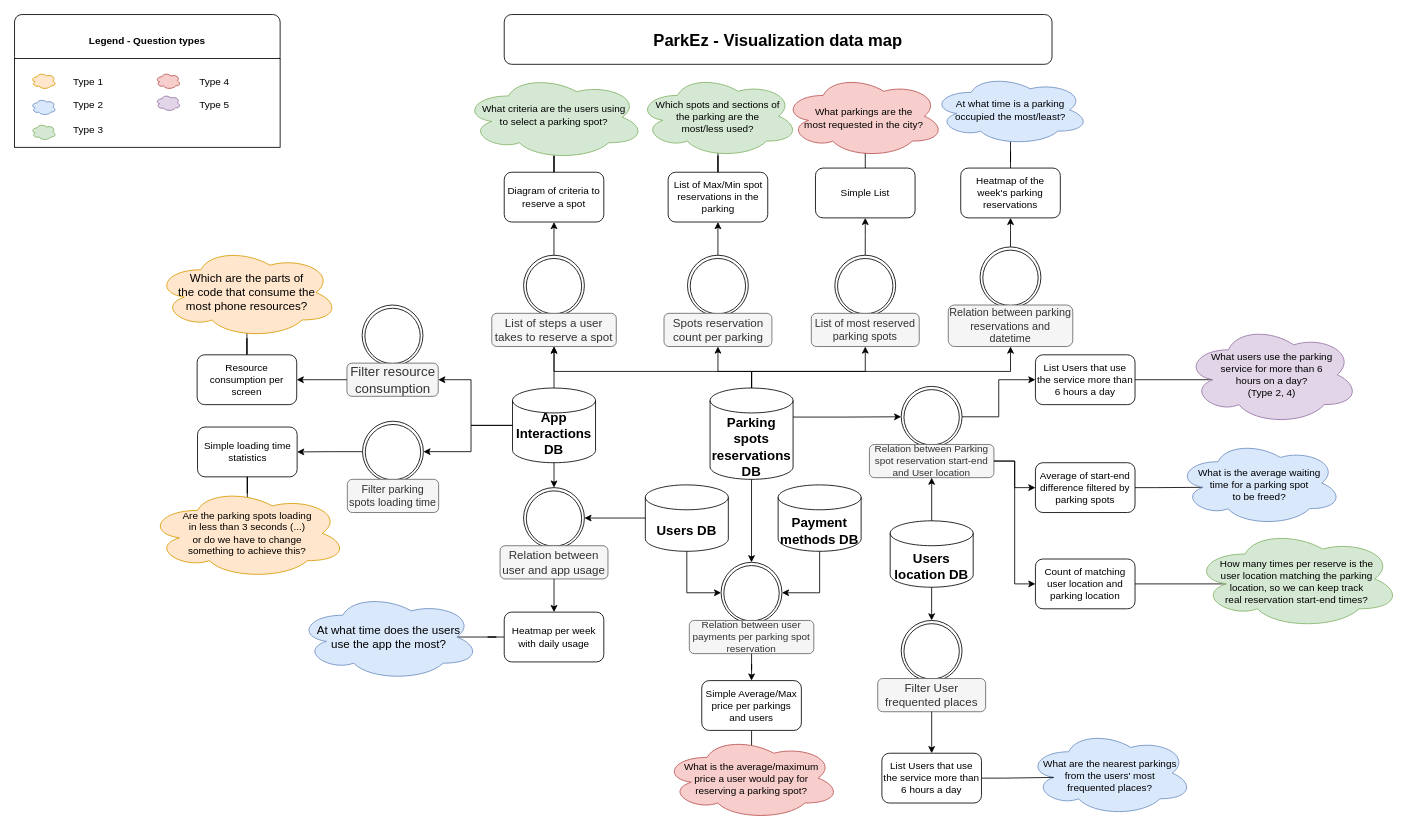
Before: assets/MS4/ParkEz VDMap.drawio in ISIS3510-202320-Team13/Wiki, a draw.io diagram. Source tidied: cells renumbered, new cells numbered last; positions are measured from the earlier drawing's top-left corner, leaving out a move shared by most shapes. Both pictures are drawn from the tidied source at 83%, with x=0, y=0 at pixel (14, 14).
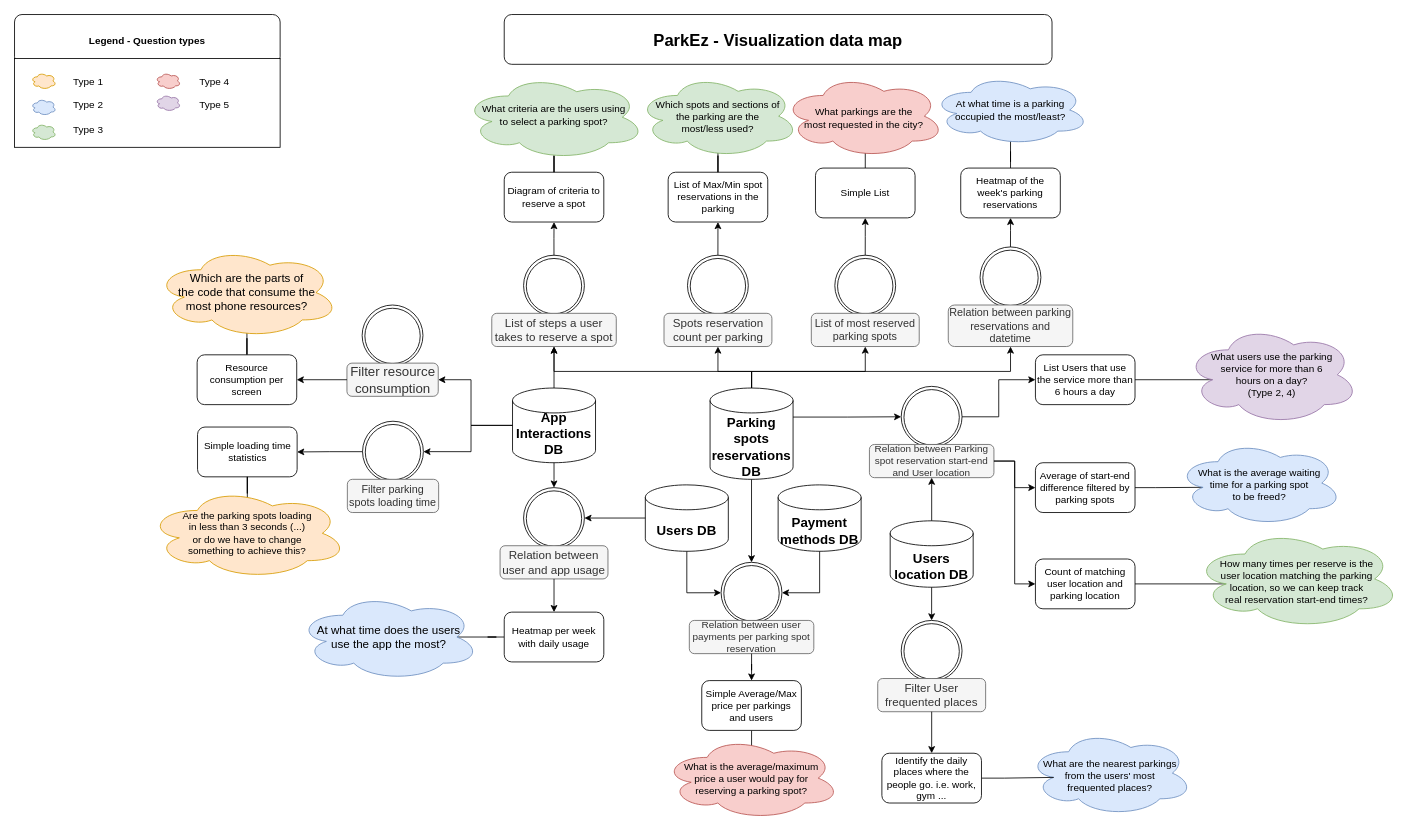
After the change.

Change to the diagram source:
```diff
@@
-    <mxCell id="133" value="List Users that use the service more than 6 hours a day" style="rounded=1;whiteSpace=wrap;html=1;" parent="1" vertex="1">
+    <mxCell id="133" value="Identify the daily places where the people go. i.e. work, gym ... " style="rounded=1;whiteSpace=wrap;html=1;" parent="1" vertex="1">
       <mxGeometry x="1045" y="890" width="120" height="60" as="geometry" />
     </mxCell>
```
